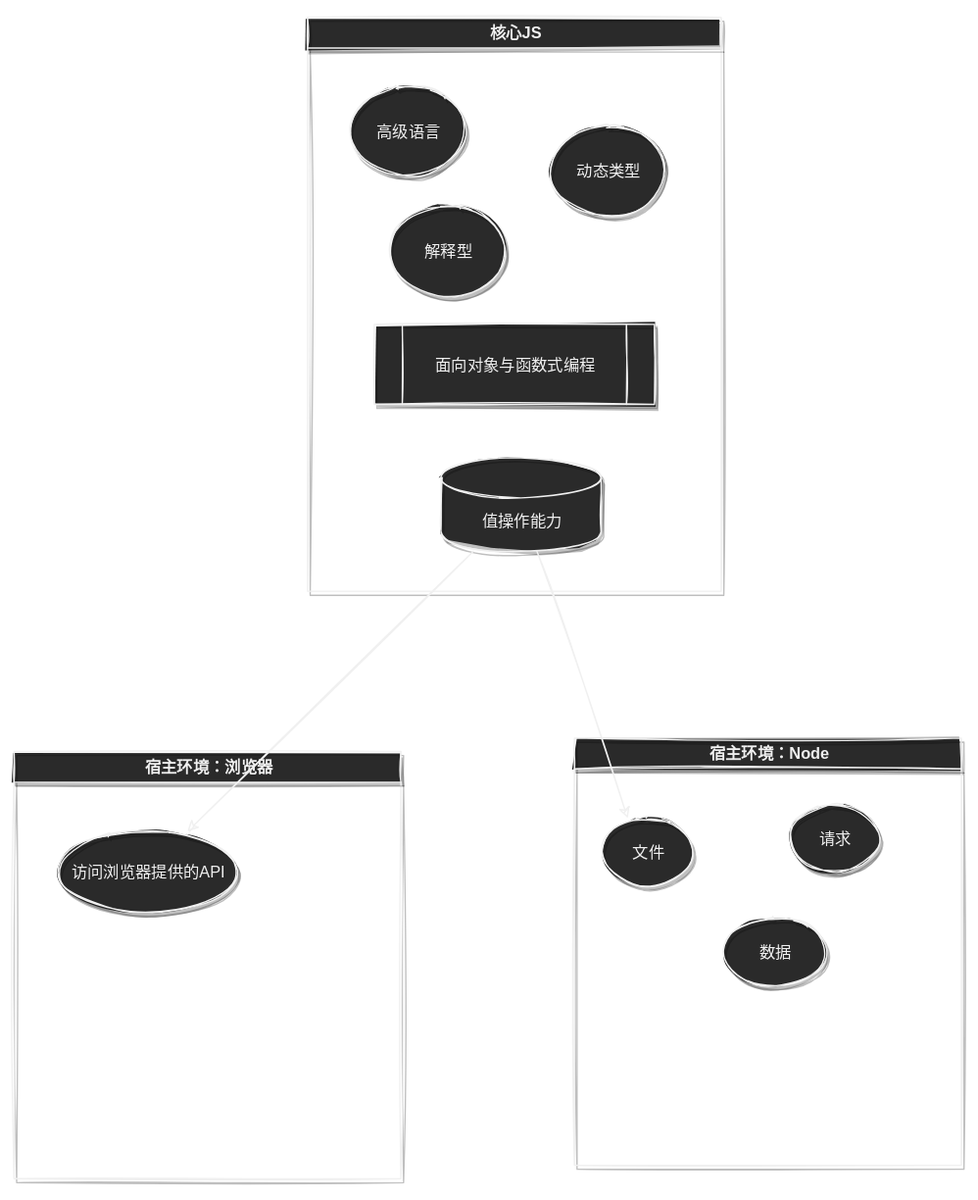
Above: 笔记/前端/编程语言/JS/Untitled Diagram.svg in Echo-Yanglulu/obsidianPrivateNote (draw.io), before the change. Source tidied: cells renumbered, new cells last; positions are measured from the earlier drawing's top-left corner, leaving out a move shared by most shapes.
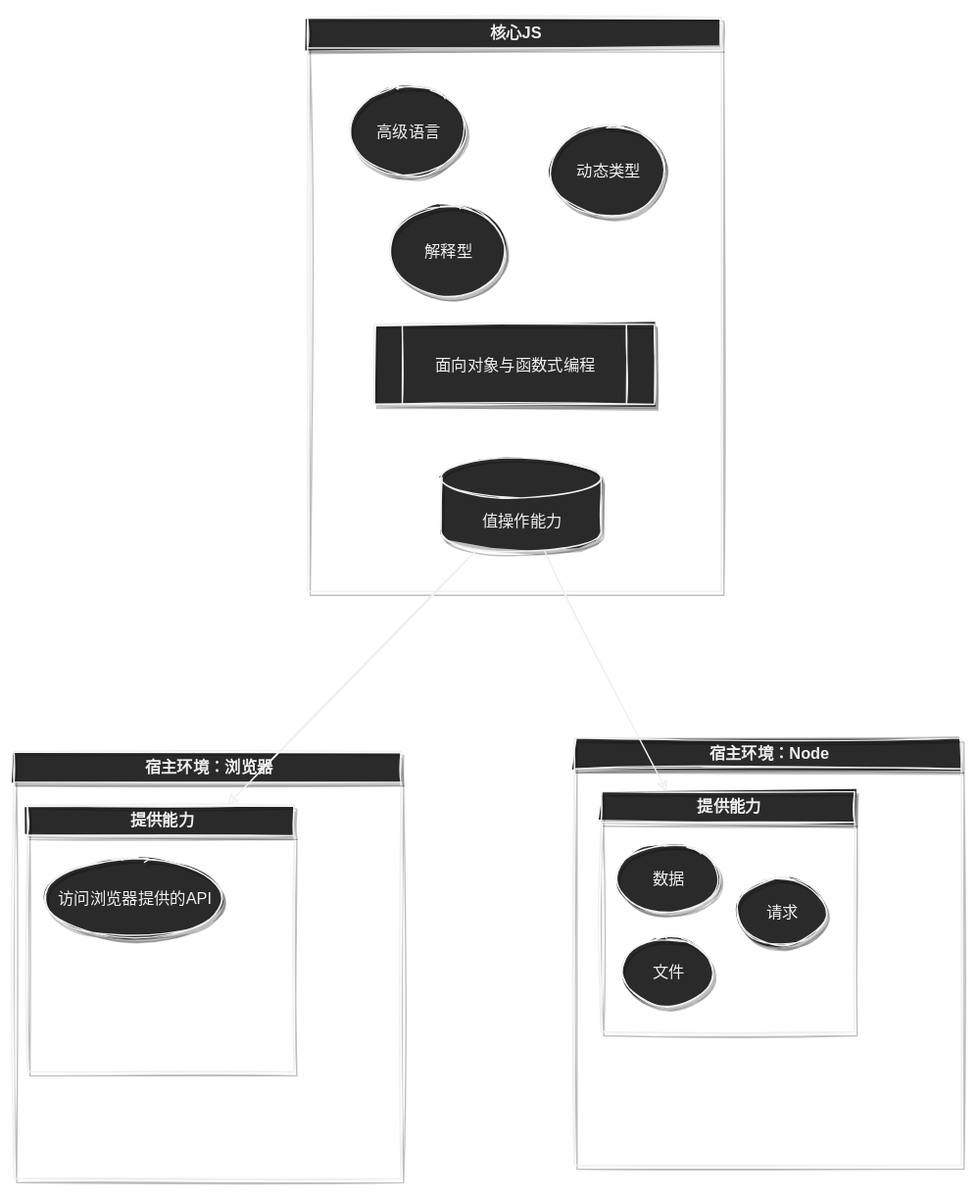
The same file after the commit.

Change to the diagram source:
```diff
@@ -23,26 +23,32 @@
     <mxCell id="8" value="宿主环境：浏览器" style="swimlane;shadow=1;html=1;" parent="1" vertex="1">
       <mxGeometry y="550" width="290" height="320" as="geometry" />
     </mxCell>
+    <mxCell id="16" value="提供能力" style="swimlane;shadow=1;html=1;" parent="8" vertex="1">
+      <mxGeometry x="10" y="40" width="200" height="200" as="geometry" />
+    </mxCell>
-    <mxCell id="9" value="访问浏览器提供的API" style="ellipse;whiteSpace=wrap;html=1;shadow=1;" parent="8" vertex="1">
-      <mxGeometry x="30" y="60" width="140" height="60" as="geometry" />
+    <mxCell id="9" value="访问浏览器提供的API" style="ellipse;whiteSpace=wrap;html=1;shadow=1;" parent="16" vertex="1">
+      <mxGeometry x="10" y="40" width="140" height="60" as="geometry" />
     </mxCell>
     <mxCell id="10" value="宿主环境：Node" style="swimlane;shadow=1;html=1;" parent="1" vertex="1">
       <mxGeometry x="420" y="540" width="290" height="320" as="geometry" />
     </mxCell>
+    <mxCell id="17" value="提供能力" style="swimlane;shadow=1;html=1;" parent="10" vertex="1">
+      <mxGeometry x="20" y="40" width="190" height="180" as="geometry" />
+    </mxCell>
+    <mxCell id="13" value="数据" style="ellipse;whiteSpace=wrap;html=1;shadow=1;" parent="17" vertex="1">
+      <mxGeometry x="10" y="40" width="80" height="50" as="geometry" />
+    </mxCell>
-    <mxCell id="11" value="文件" style="ellipse;whiteSpace=wrap;html=1;shadow=1;" parent="10" vertex="1">
-      <mxGeometry x="20" y="60" width="70" height="50" as="geometry" />
+    <mxCell id="11" value="文件" style="ellipse;whiteSpace=wrap;html=1;shadow=1;" parent="17" vertex="1">
+      <mxGeometry x="15" y="110" width="70" height="50" as="geometry" />
     </mxCell>
-    <mxCell id="12" value="请求" style="ellipse;whiteSpace=wrap;html=1;shadow=1;" parent="10" vertex="1">
-      <mxGeometry x="160" y="50" width="70" height="50" as="geometry" />
+    <mxCell id="12" value="请求" style="ellipse;whiteSpace=wrap;html=1;shadow=1;" parent="17" vertex="1">
+      <mxGeometry x="100" y="65" width="70" height="50" as="geometry" />
     </mxCell>
-    <mxCell id="13" value="数据" style="ellipse;whiteSpace=wrap;html=1;shadow=1;" parent="10" vertex="1">
-      <mxGeometry x="110" y="135" width="80" height="50" as="geometry" />
-    </mxCell>
-    <mxCell id="14" style="edgeStyle=none;html=1;entryX=0.714;entryY=0;entryDx=0;entryDy=0;entryPerimeter=0;" parent="1" edge="1" source="7" target="9">
+    <mxCell id="14" style="edgeStyle=none;html=1;entryX=0.75;entryY=0;entryDx=0;entryDy=0;" parent="1" edge="1" source="7" target="16">
       <mxGeometry relative="1" as="geometry" />
     </mxCell>
-    <mxCell id="15" style="edgeStyle=none;html=1;entryX=0.286;entryY=0;entryDx=0;entryDy=0;entryPerimeter=0;" parent="1" edge="1" source="7" target="11">
-      <mxGeometry relative="1" as="geometry" />
-    </mxCell>
+    <mxCell id="18" style="edgeStyle=none;html=1;" parent="1" edge="1" source="7" target="17">
+      <mxGeometry relative="1" as="geometry" />
+    </mxCell>
   </root>
 </mxGraphModel>
```
